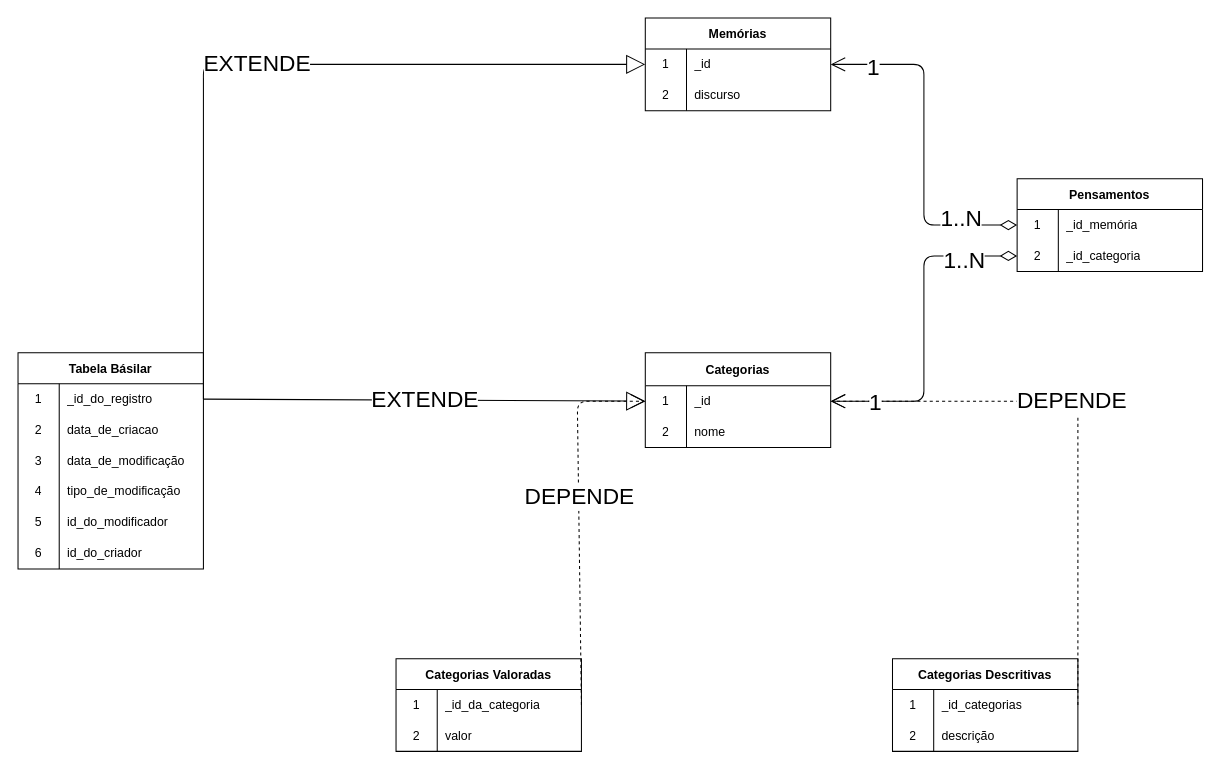
Earlier version of the draw.io diagram docs/diagrama_de_dados_aurora.drawio (marvinho-tn/aurora). Source tidied: cells renumbered, new cells numbered last; positions are measured from the earlier drawing's top-left corner, leaving out a move shared by most shapes. Both pictures are drawn from the tidied source at 103%, with x=0, y=0 at pixel (18, 18).
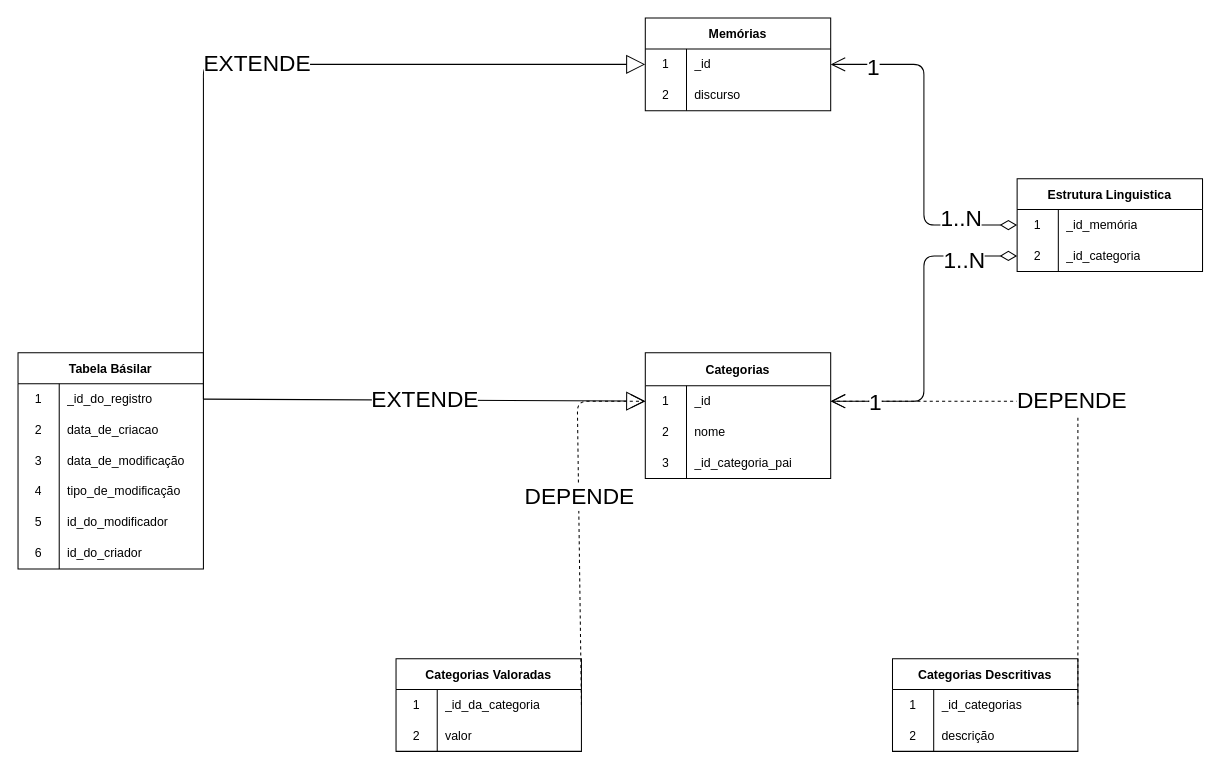
The same diagram, later.

The edit, as a diff of the source:
```diff
@@
     <mxCell id="16" value="Categorias" style="shape=table;startSize=32;childLayout=tableLayout;rowLines=0;fontStyle=1;" parent="1" vertex="1">
-      <mxGeometry x="609" y="325" width="180" height="92" as="geometry" />
+      <mxGeometry x="609" y="325" width="180" height="122" as="geometry" />
     </mxCell>
@@
+    <mxCell id="66" style="shape=tableRow;horizontal=0;startSize=0;swimlaneHead=0;swimlaneBody=0;top=0;left=0;bottom=0;right=0;fillColor=none;" parent="16" vertex="1">
+      <mxGeometry y="92" width="180" height="30" as="geometry" />
+    </mxCell>
+    <mxCell id="67" value="3" style="shape=partialRectangle;html=1;whiteSpace=wrap;fillColor=none;top=0;left=0;bottom=0;right=0;overflow=hidden;" parent="66" vertex="1">
+      <mxGeometry width="40" height="30" as="geometry" />
+    </mxCell>
+    <mxCell id="68" value="_id_categoria_pai" style="shape=partialRectangle;html=1;whiteSpace=wrap;fillColor=none;top=0;left=0;bottom=0;right=0;align=left;spacingLeft=6;overflow=hidden;" parent="66" vertex="1">
+      <mxGeometry x="40" width="140" height="30" as="geometry" />
+    </mxCell>
@@
-    <mxCell id="32" value="Pensamentos" style="shape=table;startSize=30;childLayout=tableLayout;rowLines=0;fontStyle=1;" parent="1" vertex="1">
+    <mxCell id="32" value="Estrutura Linguistica" style="shape=table;startSize=30;childLayout=tableLayout;rowLines=0;fontStyle=1;" parent="1" vertex="1">
       <mxGeometry x="970" y="156" width="180" height="90" as="geometry" />
     </mxCell>
```
